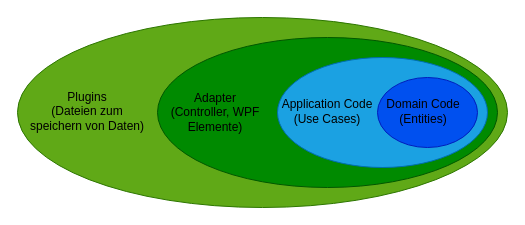
Above: Bilder/ArchitekturSchichten.drawio in EinToni/WortfinderDoku (draw.io), before the change. Source tidied: cells renumbered, new cells numbered last; positions are measured from the earlier drawing's top-left corner, leaving out a move shared by most shapes. Both pictures are drawn from the tidied source at 100%, with x=0, y=0 at pixel (17, 17).
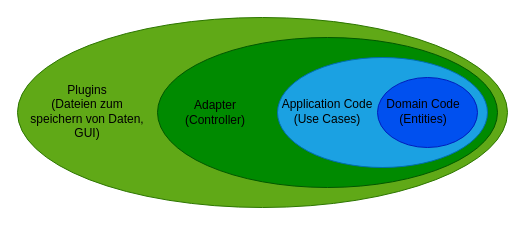
Above is the later version.

What changed in the source:
```diff
@@
 <mxGraphModel>
   <root>
     <mxCell id="0" />
     <mxCell id="1" parent="0" />
     <mxCell id="2" style="ellipse;whiteSpace=wrap;html=1;fillColor=#60a917;strokeColor=#2D7600;fontColor=#ffffff;" parent="1" vertex="1">
       <mxGeometry width="490" height="190" as="geometry" />
     </mxCell>
     <mxCell id="3" style="ellipse;whiteSpace=wrap;html=1;fillColor=#008a00;strokeColor=#005700;fontColor=#ffffff;" parent="1" vertex="1">
       <mxGeometry x="140" y="20" width="340" height="150" as="geometry" />
     </mxCell>
     <mxCell id="4" style="ellipse;whiteSpace=wrap;html=1;fillColor=#1ba1e2;strokeColor=#006EAF;fontColor=#ffffff;" parent="1" vertex="1">
       <mxGeometry x="260" y="40" width="210" height="110" as="geometry" />
     </mxCell>
     <mxCell id="5" style="ellipse;whiteSpace=wrap;html=1;fillColor=#0050ef;strokeColor=#001DBC;fontColor=#ffffff;" parent="1" vertex="1">
       <mxGeometry x="360" y="60" width="100" height="70" as="geometry" />
     </mxCell>
     <mxCell id="6" value="Domain Code&lt;br&gt;(Entities)" style="text;html=1;strokeColor=none;fillColor=none;align=center;verticalAlign=middle;whiteSpace=wrap;rounded=0;" parent="1" vertex="1">
       <mxGeometry x="360" y="75.5" width="92" height="36.2" as="geometry" />
     </mxCell>
     <mxCell id="7" value="Application Code&lt;br&gt;(Use Cases)" style="text;html=1;strokeColor=none;fillColor=none;align=center;verticalAlign=middle;whiteSpace=wrap;rounded=0;" parent="1" vertex="1">
       <mxGeometry x="250" y="78" width="120" height="31.2" as="geometry" />
     </mxCell>
-    <mxCell id="8" value="Adapter&lt;br&gt;(Controller, WPF Elemente)" style="text;html=1;strokeColor=none;fillColor=none;align=center;verticalAlign=middle;whiteSpace=wrap;rounded=0;" parent="1" vertex="1">
+    <mxCell id="8" value="Adapter&lt;br&gt;(Controller)" style="text;html=1;strokeColor=none;fillColor=none;align=center;verticalAlign=middle;whiteSpace=wrap;rounded=0;" parent="1" vertex="1">
       <mxGeometry x="128" y="75" width="140" height="40" as="geometry" />
     </mxCell>
-    <mxCell id="9" value="Plugins&lt;br&gt;(Dateien zum speichern von Daten)" style="text;html=1;strokeColor=none;fillColor=none;align=center;verticalAlign=middle;whiteSpace=wrap;rounded=0;" parent="1" vertex="1">
+    <mxCell id="9" value="Plugins&lt;br&gt;(Dateien zum speichern von Daten, GUI)" style="text;html=1;strokeColor=none;fillColor=none;align=center;verticalAlign=middle;whiteSpace=wrap;rounded=0;" parent="1" vertex="1">
       <mxGeometry x="10" y="68.6" width="120" height="50" as="geometry" />
     </mxCell>
   </root>
 </mxGraphModel>
```
